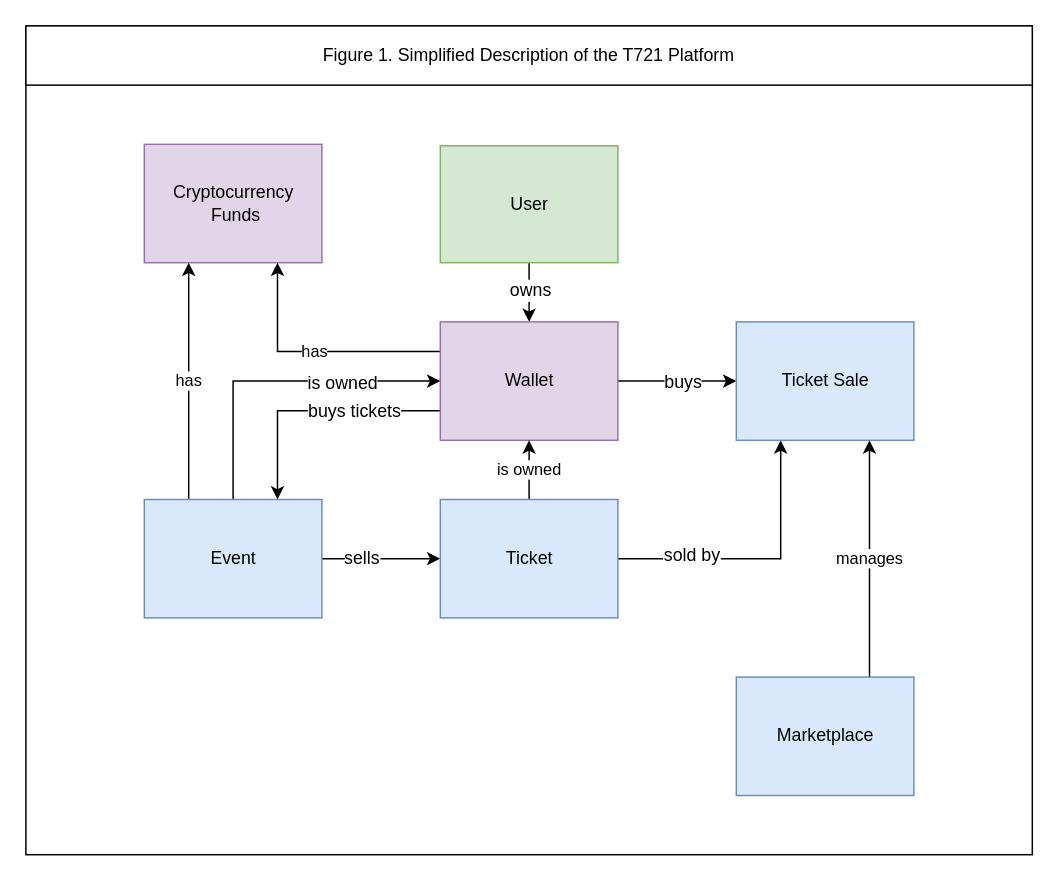
Before: page "2_1_simplified_description" (1 of 21) of docs/srs/resources/t721.drawio in ticket721/env, a draw.io diagram. Source tidied: cells renumbered, new cells numbered last; positions are measured from the earlier drawing's top-left corner, leaving out a move shared by most shapes. Both pictures are drawn from the tidied source at 148%, with x=0, y=0 at pixel (25, 25).
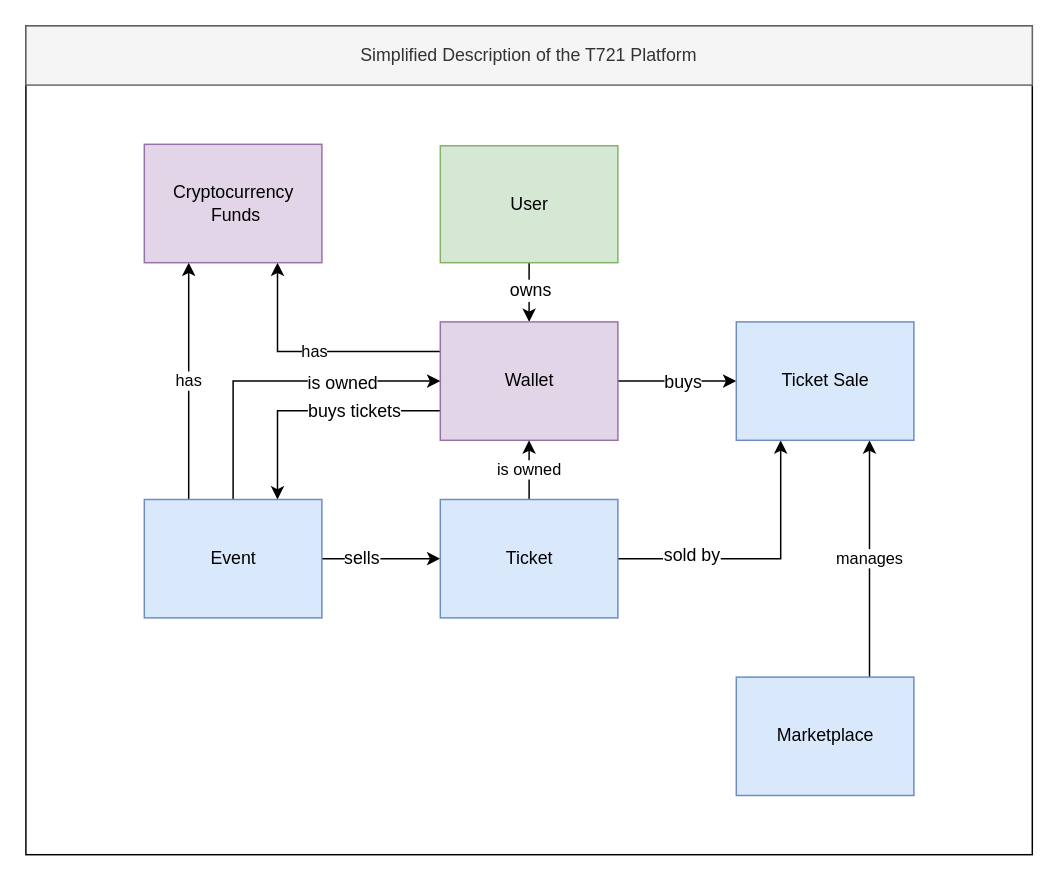
Above is the later version.

Diff of the diagram source:
```diff
@@
-    <mxCell id="3" value="Figure 1. Simplified Description of the T721 Platform" style="rounded=0;whiteSpace=wrap;html=1;fillColor=#ffffff;" parent="1" vertex="1">
+    <mxCell id="3" value="Simplified Description of the T721 Platform" style="rounded=0;whiteSpace=wrap;html=1;fillColor=#f5f5f5;strokeColor=#666666;fontColor=#333333;" parent="1" vertex="1">
       <mxGeometry width="680" height="40" as="geometry" />
     </mxCell>
```
